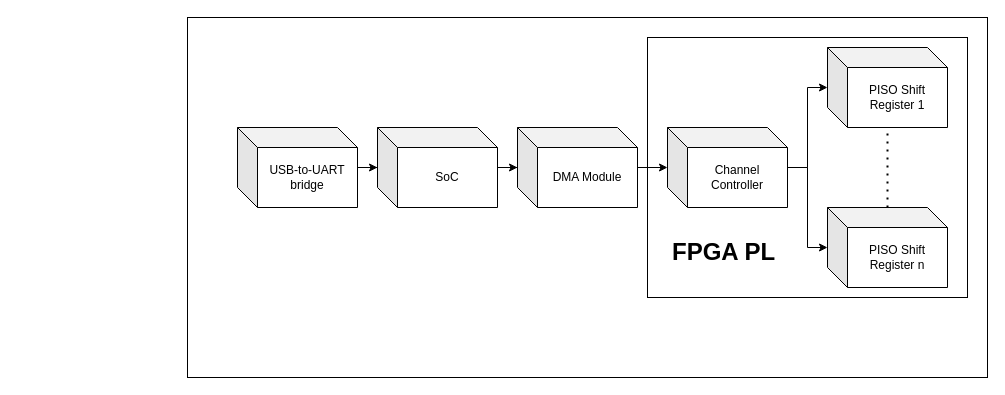
This is FirmwareFigure.drawio from btao732/ECE492, a draw.io file, before an edit. Source tidied: cells renumbered, new cells numbered last; positions are measured from the earlier drawing's top-left corner, leaving out a move shared by most shapes. Both pictures are drawn from the tidied source at 100%, with x=0, y=0 at pixel (187, 17).
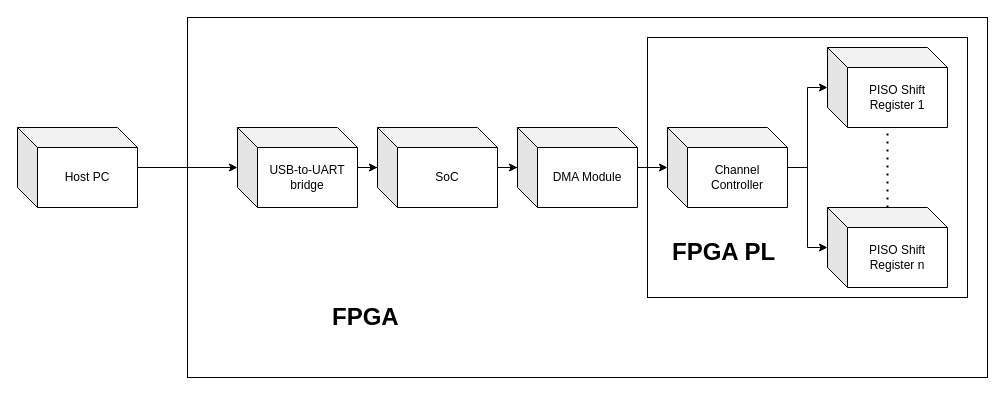
After the change.

The edit, as a diff of the source:
```diff
@@
 <mxGraphModel>
   <root>
     <mxCell id="0" />
     <mxCell id="1" parent="0" />
     <mxCell id="2" style="rounded=0;whiteSpace=wrap;html=1;" parent="1" vertex="1">
       <mxGeometry width="800" height="360" as="geometry" />
     </mxCell>
     <mxCell id="3" style="rounded=0;whiteSpace=wrap;html=1;" parent="1" vertex="1">
       <mxGeometry x="460" y="20" width="320" height="260" as="geometry" />
     </mxCell>
     <mxCell id="4" style="edgeStyle=orthogonalEdgeStyle;rounded=0;jettySize=auto;html=1;" parent="1" edge="1" source="5" target="7">
       <mxGeometry relative="1" as="geometry" />
     </mxCell>
     <mxCell id="5" value="USB-to-UART bridge" style="shape=cube;whiteSpace=wrap;html=1;boundedLbl=1;backgroundOutline=1;darkOpacity=0.05;darkOpacity2=0.1;" parent="1" vertex="1">
       <mxGeometry x="50" y="110" width="120" height="80" as="geometry" />
     </mxCell>
     <mxCell id="6" style="edgeStyle=orthogonalEdgeStyle;rounded=0;jettySize=auto;html=1;" parent="1" edge="1" source="7" target="9">
       <mxGeometry relative="1" as="geometry" />
     </mxCell>
     <mxCell id="7" value="SoC" style="shape=cube;whiteSpace=wrap;html=1;boundedLbl=1;backgroundOutline=1;darkOpacity=0.05;darkOpacity2=0.1;" parent="1" vertex="1">
       <mxGeometry x="190" y="110" width="120" height="80" as="geometry" />
     </mxCell>
     <mxCell id="8" style="edgeStyle=orthogonalEdgeStyle;rounded=0;jettySize=auto;html=1;" parent="1" edge="1" source="9" target="12">
       <mxGeometry relative="1" as="geometry" />
     </mxCell>
     <mxCell id="9" value="DMA Module" style="shape=cube;whiteSpace=wrap;html=1;boundedLbl=1;backgroundOutline=1;darkOpacity=0.05;darkOpacity2=0.1;" parent="1" vertex="1">
       <mxGeometry x="330" y="110" width="120" height="80" as="geometry" />
     </mxCell>
     <mxCell id="10" style="edgeStyle=orthogonalEdgeStyle;rounded=0;jettySize=auto;html=1;" parent="1" edge="1" source="12" target="14">
       <mxGeometry relative="1" as="geometry" />
     </mxCell>
     <mxCell id="11" style="edgeStyle=orthogonalEdgeStyle;rounded=0;jettySize=auto;html=1;" parent="1" edge="1" source="12" target="13">
       <mxGeometry relative="1" as="geometry" />
     </mxCell>
     <mxCell id="12" value="Channel Controller" style="shape=cube;whiteSpace=wrap;html=1;boundedLbl=1;backgroundOutline=1;darkOpacity=0.05;darkOpacity2=0.1;" parent="1" vertex="1">
       <mxGeometry x="480" y="110" width="120" height="80" as="geometry" />
     </mxCell>
     <mxCell id="13" value="PISO Shift Register n" style="shape=cube;whiteSpace=wrap;html=1;boundedLbl=1;backgroundOutline=1;darkOpacity=0.05;darkOpacity2=0.1;" parent="1" vertex="1">
       <mxGeometry x="640" y="190" width="120" height="80" as="geometry" />
     </mxCell>
     <mxCell id="14" value="PISO Shift Register 1" style="shape=cube;whiteSpace=wrap;html=1;boundedLbl=1;backgroundOutline=1;darkOpacity=0.05;darkOpacity2=0.1;" parent="1" vertex="1">
       <mxGeometry x="640" y="30" width="120" height="80" as="geometry" />
     </mxCell>
     <mxCell id="15" style="endArrow=none;dashed=1;html=1;dashPattern=1 3;strokeWidth=2;rounded=0;" parent="1" edge="1" source="13" target="14">
       <mxGeometry relative="1" as="geometry" />
     </mxCell>
     <mxCell id="16" value="&lt;h1&gt;FPGA PL&lt;/h1&gt;" style="text;html=1;strokeColor=none;fillColor=none;spacing=5;spacingTop=-20;whiteSpace=wrap;overflow=hidden;rounded=0;" parent="1" vertex="1">
       <mxGeometry x="480" y="215" width="120" height="30" as="geometry" />
     </mxCell>
+    <mxCell id="17" value="&lt;h1&gt;FPGA&lt;/h1&gt;" style="text;html=1;strokeColor=none;fillColor=none;spacing=5;spacingTop=-20;whiteSpace=wrap;overflow=hidden;rounded=0;" parent="1" vertex="1">
+      <mxGeometry x="140" y="280" width="170" height="40" as="geometry" />
+    </mxCell>
+    <mxCell id="18" style="edgeStyle=orthogonalEdgeStyle;rounded=0;jettySize=auto;html=1;" parent="1" edge="1" source="19" target="5">
+      <mxGeometry relative="1" as="geometry" />
+    </mxCell>
+    <mxCell id="19" value="Host PC" style="shape=cube;whiteSpace=wrap;html=1;boundedLbl=1;backgroundOutline=1;darkOpacity=0.05;darkOpacity2=0.1;" parent="1" vertex="1">
+      <mxGeometry x="-170" y="110" width="120" height="80" as="geometry" />
+    </mxCell>
   </root>
 </mxGraphModel>
```
